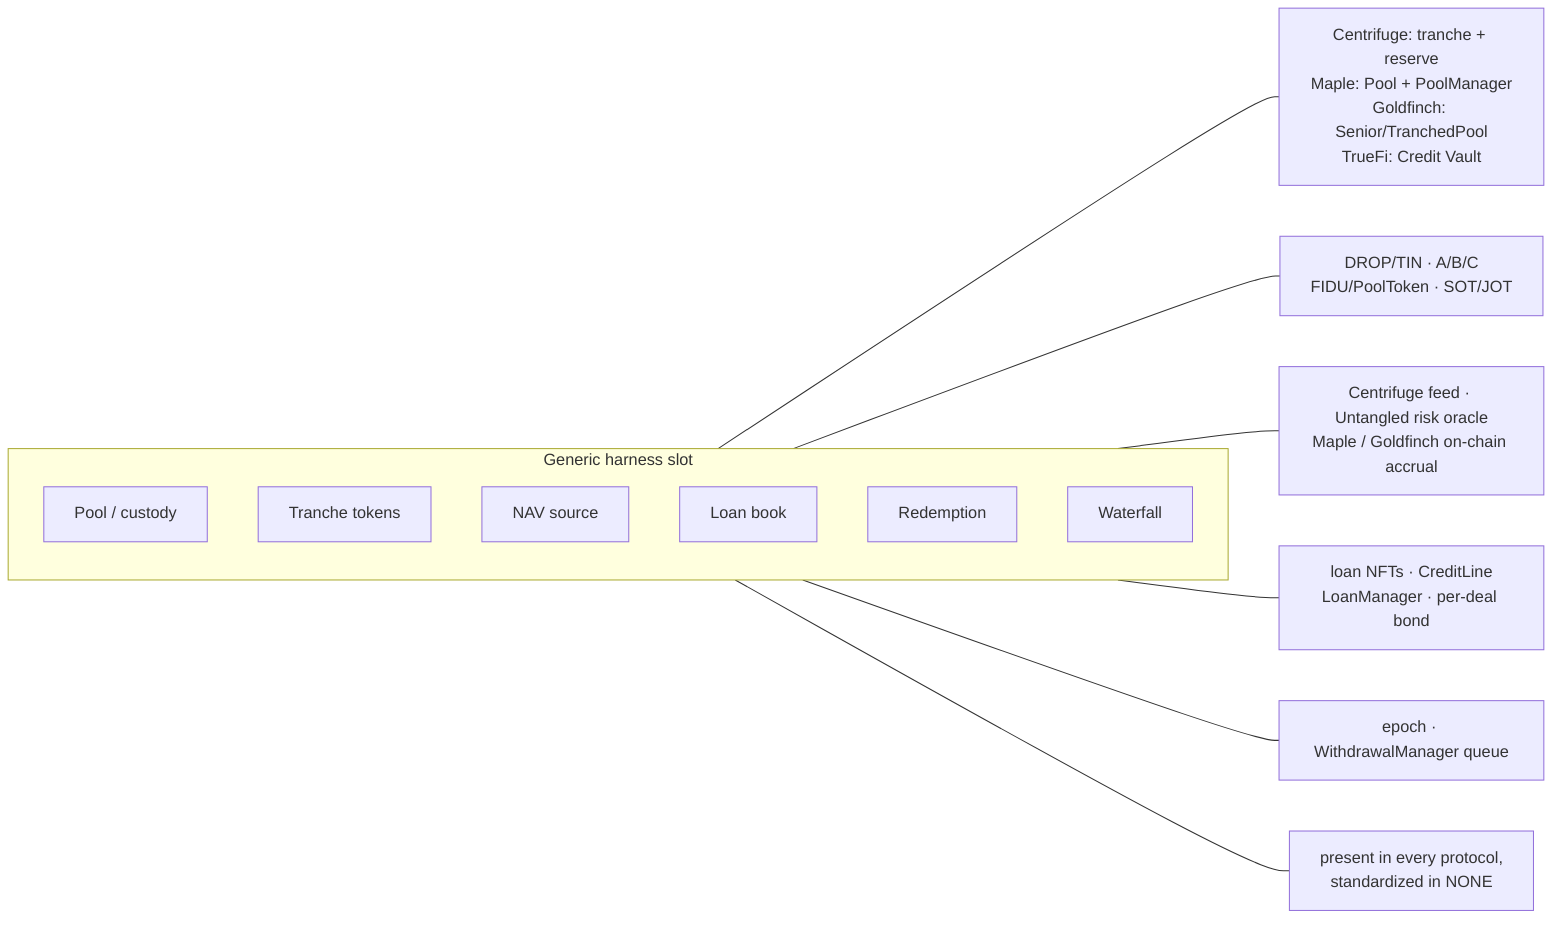
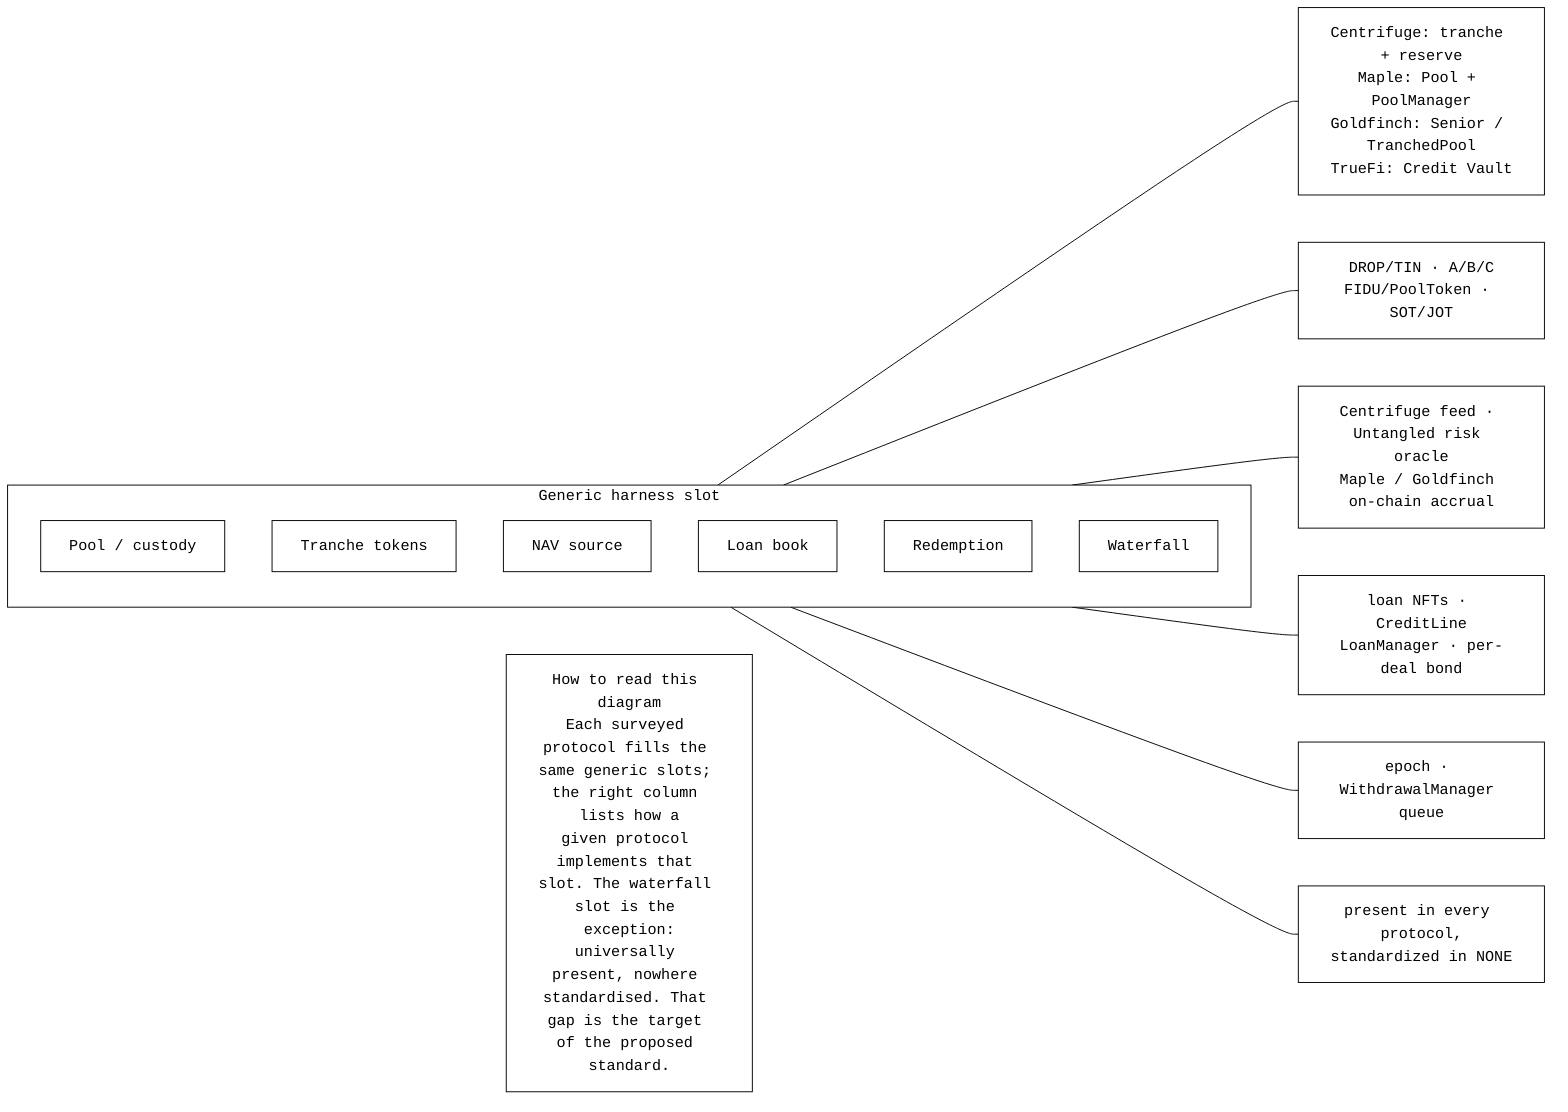
+ %%{init: {'theme':'base','themeVariables':{'primaryColor':'#ffffff','primaryTextColor':'#000000','primaryBorderColor':'#000000','lineColor':'#000000','secondaryColor':'#ffffff','secondaryTextColor':'#000000','tertiaryColor':'#ffffff','clusterBkg':'#ffffff','clusterBorder':'#000000','edgeLabelBackground':'#ffffff','fontFamily':'monospace'}}}%%
%% Hooke-Centrifuge — how surveyed private-credit protocols map onto the generic slots.
flowchart LR
  subgraph G["Generic harness slot"]
    direction TB
    P["Pool / custody"]
    T["Tranche tokens"]
    N["NAV source"]
    L["Loan book"]
    R["Redemption"]
    W["Waterfall"]
  end

-   P --- PEx["Centrifuge: tranche + reserve<br/>Maple: Pool + PoolManager<br/>Goldfinch: Senior/TranchedPool<br/>TrueFi: Credit Vault"]
+   P --- PEx["Centrifuge: tranche + reserve<br/>Maple: Pool + PoolManager<br/>Goldfinch: Senior / TranchedPool<br/>TrueFi: Credit Vault"]
  T --- TEx["DROP/TIN · A/B/C<br/>FIDU/PoolToken · SOT/JOT"]
  N --- NEx["Centrifuge feed · Untangled risk oracle<br/>Maple / Goldfinch on-chain accrual"]
  L --- LEx["loan NFTs · CreditLine<br/>LoanManager · per-deal bond"]
  R --- REx["epoch · WithdrawalManager queue"]
  W --- WEx["present in every protocol,<br/>standardized in NONE"]
+ 
+   FIND["How to read this diagram<br/>Each surveyed protocol fills the same generic slots; the right column lists how a<br/>given protocol implements that slot. The waterfall slot is the exception:<br/>universally present, nowhere standardised. That gap is the target of the proposed standard."]
